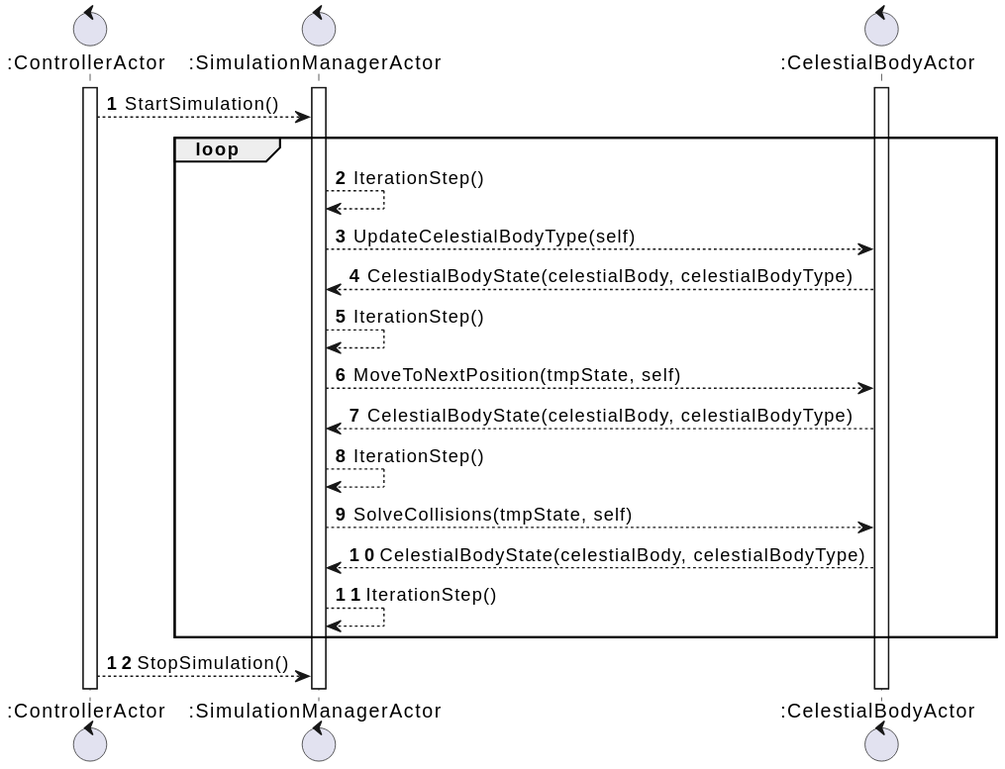
Earlier version of the PlantUML export docs/images/actors_simulation_loop_sequence.svg (FilippoVissani/PPS-22-galaxy-sim). The source it was exported from:
```plantuml
@startuml
autonumber

control ":ControllerActor" as controller
control ":SimulationManagerActor" as simulationManager
control ":CelestialBodyActor" as celestialBody

activate controller
activate simulationManager
activate celestialBody

controller --> simulationManager: StartSimulation()

loop
    simulationManager --> simulationManager: IterationStep()
    simulationManager --> celestialBody: UpdateCelestialBodyType(self)
    celestialBody --> simulationManager: CelestialBodyState(celestialBody, celestialBodyType)
    simulationManager --> simulationManager: IterationStep()
    simulationManager --> celestialBody: MoveToNextPosition(tmpState, self)
    celestialBody --> simulationManager: CelestialBodyState(celestialBody, celestialBodyType)
    simulationManager --> simulationManager: IterationStep()
    simulationManager --> celestialBody: SolveCollisions(tmpState, self)
    celestialBody --> simulationManager: CelestialBodyState(celestialBody, celestialBodyType)
    simulationManager --> simulationManager: IterationStep()
end

controller --> simulationManager: StopSimulation()

@enduml
```
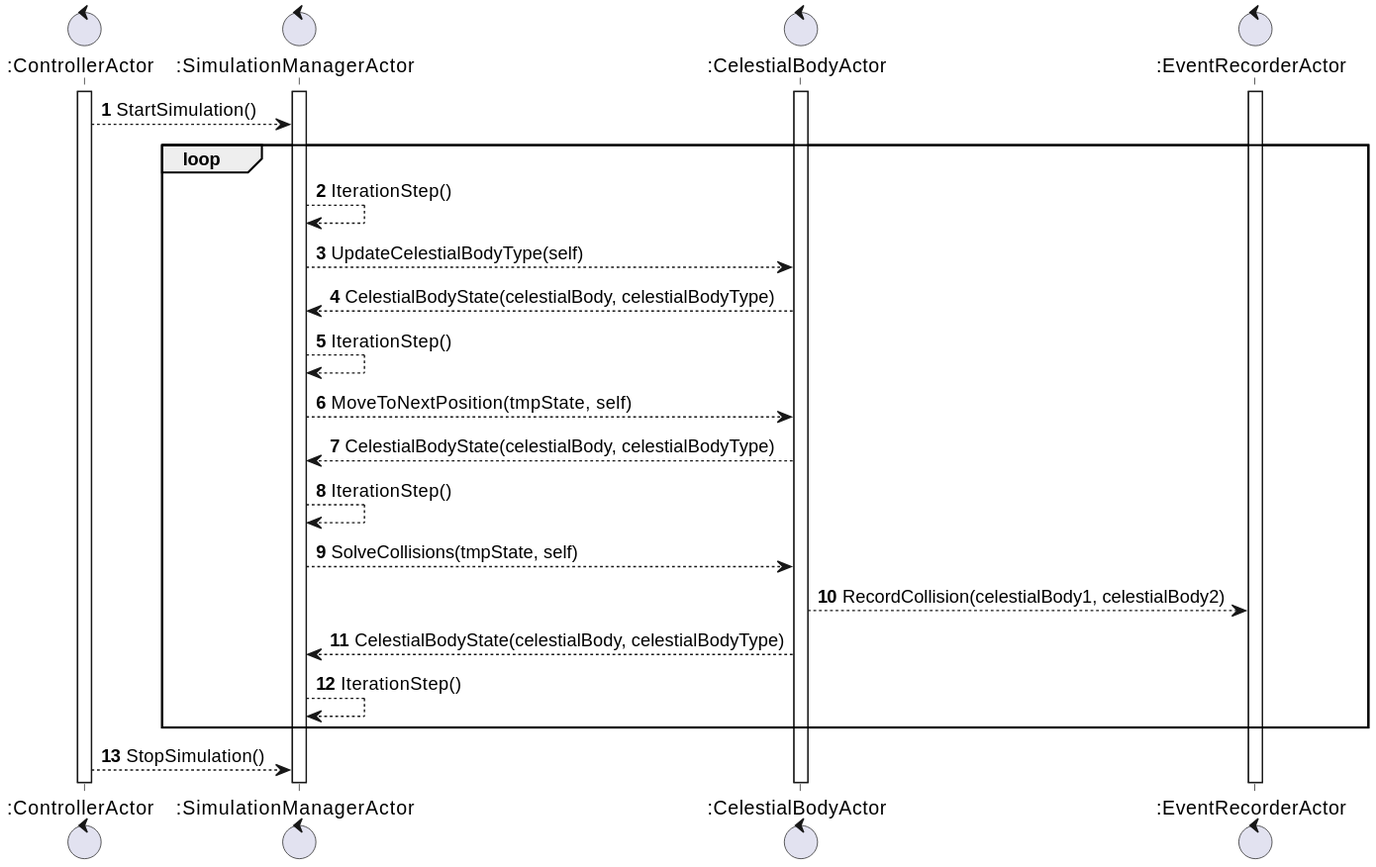
Above is the later version.

What changed in the source:
```diff
@@ -4,10 +4,12 @@
 control ":ControllerActor" as controller
 control ":SimulationManagerActor" as simulationManager
 control ":CelestialBodyActor" as celestialBody
+control ":EventRecorderActor" as eventRecorder
 
 activate controller
 activate simulationManager
 activate celestialBody
+activate eventRecorder
 
 controller --> simulationManager: StartSimulation()
 
@@ -20,6 +22,7 @@
     celestialBody --> simulationManager: CelestialBodyState(celestialBody, celestialBodyType)
     simulationManager --> simulationManager: IterationStep()
     simulationManager --> celestialBody: SolveCollisions(tmpState, self)
+    celestialBody --> eventRecorder: RecordCollision(celestialBody1, celestialBody2)
     celestialBody --> simulationManager: CelestialBodyState(celestialBody, celestialBodyType)
     simulationManager --> simulationManager: IterationStep()
 end
```
